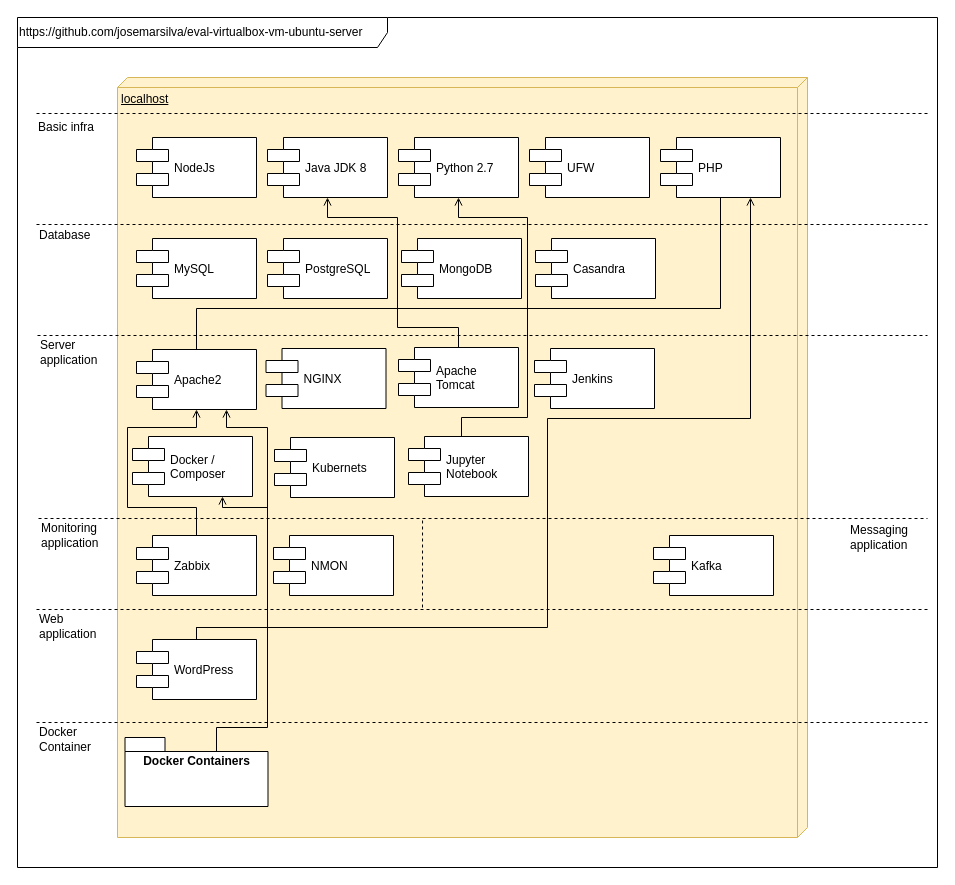
josemarsilva/eval-virtualbox-vm-ubuntu-server keeps this draw.io diagram as doc/images/DeployDiagram - Context - EvalVirtualboxVmUbuntuServer.drawio. Above is the earlier version. Source tidied: cells renumbered, new cells numbered last; positions are measured from the earlier drawing's top-left corner, leaving out a move shared by most shapes. Both pictures are drawn from the tidied source at 100%, with x=0, y=0 at pixel (17, 17).
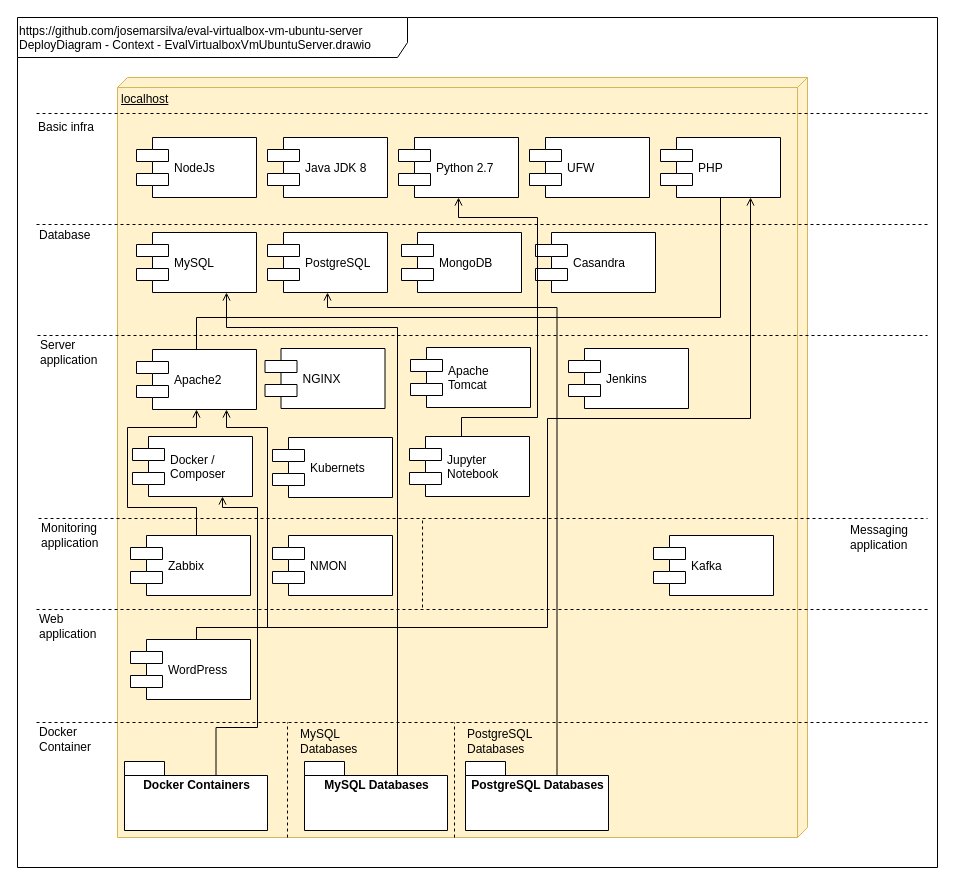
After the change.

The change refers to these unchanged cells:
```xml
<mxCell id="7" value="Java JDK 8" style="shape=component;align=left;spacingLeft=36;" parent="1" vertex="1">
  <mxGeometry x="250" y="120" width="120" height="60" as="geometry" />
</mxCell>
<mxCell id="8" value="Python 2.7" style="shape=component;align=left;spacingLeft=36;" parent="1" vertex="1">
  <mxGeometry x="381" y="120" width="120" height="60" as="geometry" />
</mxCell>
<mxCell id="17" value="Apache2" style="shape=component;align=left;spacingLeft=36;" parent="1" vertex="1">
  <mxGeometry x="119" y="332" width="120" height="60" as="geometry" />
</mxCell>
<mxCell id="20" value="PHP" style="shape=component;align=left;spacingLeft=36;" parent="1" vertex="1">
  <mxGeometry x="643" y="120" width="120" height="60" as="geometry" />
</mxCell>
<mxCell id="30" value="Docker / &#10;Composer" style="shape=component;align=left;spacingLeft=36;" parent="1" vertex="1">
  <mxGeometry x="115" y="419" width="120" height="60" as="geometry" />
</mxCell>
```

Change to the diagram source:
```diff
@@
-    <mxCell id="2" value="&lt;div style=&quot;text-align: left&quot;&gt;&lt;span&gt;https://github.com/josemarsilva/eval-virtualbox-vm-ubuntu-server&lt;/span&gt;&lt;/div&gt;" style="shape=umlFrame;whiteSpace=wrap;html=1;width=370;height=30;align=left;" parent="1" vertex="1">
+    <mxCell id="2" value="&lt;div style=&quot;text-align: left&quot;&gt;&lt;span&gt;https://github.com/josemarsilva/eval-virtualbox-vm-ubuntu-server&lt;/span&gt;&lt;/div&gt;&lt;div style=&quot;text-align: left&quot;&gt;&lt;span&gt;DeployDiagram - Context - EvalVirtualboxVmUbuntuServer.drawio&lt;br&gt;&lt;/span&gt;&lt;/div&gt;" style="shape=umlFrame;whiteSpace=wrap;html=1;width=390;height=40;align=left;verticalAlign=top;" parent="1" vertex="1">
       <mxGeometry width="920" height="850" as="geometry" />
     </mxCell>
@@
     <mxCell id="9" value="MySQL" style="shape=component;align=left;spacingLeft=36;" parent="1" vertex="1">
-      <mxGeometry x="119" y="221" width="120" height="60" as="geometry" />
+      <mxGeometry x="119" y="215" width="120" height="60" as="geometry" />
     </mxCell>
     <mxCell id="10" value="PostgreSQL" style="shape=component;align=left;spacingLeft=36;" parent="1" vertex="1">
-      <mxGeometry x="250" y="221" width="120" height="60" as="geometry" />
+      <mxGeometry x="250" y="215" width="120" height="60" as="geometry" />
     </mxCell>
     <mxCell id="11" value="MongoDB" style="shape=component;align=left;spacingLeft=36;" parent="1" vertex="1">
-      <mxGeometry x="384" y="221" width="120" height="60" as="geometry" />
+      <mxGeometry x="384" y="215" width="120" height="60" as="geometry" />
     </mxCell>
@@
     <mxCell id="13" value="Casandra" style="shape=component;align=left;spacingLeft=36;" parent="1" vertex="1">
-      <mxGeometry x="518" y="221" width="120" height="60" as="geometry" />
+      <mxGeometry x="518" y="215" width="120" height="60" as="geometry" />
     </mxCell>
@@
     <mxCell id="16" style="edgeStyle=orthogonalEdgeStyle;rounded=0;jettySize=auto;html=1;endArrow=none;endFill=0;" parent="1" edge="1" source="17" target="20">
       <mxGeometry relative="1" as="geometry">
         <Array as="points">
-          <mxPoint x="179" y="291" />
-          <mxPoint x="703" y="291" />
+          <mxPoint x="179" y="300" />
+          <mxPoint x="703" y="300" />
         </Array>
       </mxGeometry>
     </mxCell>
@@
     <mxCell id="19" value="NGINX" style="shape=component;align=left;spacingLeft=36;" parent="1" vertex="1">
-      <mxGeometry x="248.5" y="331" width="120" height="60" as="geometry" />
+      <mxGeometry x="247.5" y="331" width="120" height="60" as="geometry" />
     </mxCell>
@@
-    <mxCell id="21" style="edgeStyle=orthogonalEdgeStyle;rounded=0;jettySize=auto;html=1;entryX=0.5;entryY=1;entryDx=0;entryDy=0;endArrow=open;endFill=0;" parent="1" edge="1" source="22" target="7">
-      <mxGeometry relative="1" as="geometry">
-        <Array as="points">
-          <mxPoint x="441" y="310" />
-          <mxPoint x="380" y="310" />
-          <mxPoint x="380" y="200" />
-          <mxPoint x="310" y="200" />
-        </Array>
-      </mxGeometry>
-    </mxCell>
     <mxCell id="22" value="Apache &#10;Tomcat" style="shape=component;align=left;spacingLeft=36;" parent="1" vertex="1">
-      <mxGeometry x="381" y="330" width="120" height="60" as="geometry" />
+      <mxGeometry x="393" y="330" width="120" height="60" as="geometry" />
     </mxCell>
@@
     <mxCell id="24" value="Jenkins" style="shape=component;align=left;spacingLeft=36;" parent="1" vertex="1">
-      <mxGeometry x="517" y="331" width="120" height="60" as="geometry" />
+      <mxGeometry x="551" y="331" width="120" height="60" as="geometry" />
     </mxCell>
@@
     <mxCell id="27" value="Kubernets" style="shape=component;align=left;spacingLeft=36;" parent="1" vertex="1">
-      <mxGeometry x="257" y="420" width="120" height="60" as="geometry" />
+      <mxGeometry x="255" y="420" width="120" height="60" as="geometry" />
     </mxCell>
@@
     <mxCell id="29" value="Zabbix" style="shape=component;align=left;spacingLeft=36;" parent="1" vertex="1">
-      <mxGeometry x="119" y="518" width="120" height="60" as="geometry" />
+      <mxGeometry x="113" y="518" width="120" height="60" as="geometry" />
     </mxCell>
@@
     <mxCell id="31" value="NMON" style="shape=component;align=left;spacingLeft=36;" parent="1" vertex="1">
-      <mxGeometry x="256" y="518" width="120" height="60" as="geometry" />
+      <mxGeometry x="255" y="518" width="120" height="60" as="geometry" />
     </mxCell>
     <mxCell id="32" style="edgeStyle=orthogonalEdgeStyle;rounded=0;jettySize=auto;html=1;endArrow=open;endFill=0;" parent="1" edge="1" source="33" target="8">
       <mxGeometry relative="1" as="geometry">
         <Array as="points">
           <mxPoint x="444" y="400" />
-          <mxPoint x="510" y="400" />
-          <mxPoint x="510" y="200" />
+          <mxPoint x="520" y="400" />
+          <mxPoint x="520" y="200" />
           <mxPoint x="441" y="200" />
         </Array>
       </mxGeometry>
     </mxCell>
     <mxCell id="33" value="Jupyter &#10;Notebook" style="shape=component;align=left;spacingLeft=36;" parent="1" vertex="1">
-      <mxGeometry x="391" y="419" width="120" height="60" as="geometry" />
+      <mxGeometry x="392" y="419" width="120" height="60" as="geometry" />
     </mxCell>
@@
     <mxCell id="41" value="WordPress" style="shape=component;align=left;spacingLeft=36;" parent="1" vertex="1">
-      <mxGeometry x="119" y="622" width="120" height="60" as="geometry" />
+      <mxGeometry x="113" y="622" width="120" height="60" as="geometry" />
     </mxCell>
@@
     <mxCell id="44" style="edgeStyle=orthogonalEdgeStyle;rounded=0;jettySize=auto;html=1;entryX=0.75;entryY=1;entryDx=0;entryDy=0;endArrow=open;endFill=0;exitX=0;exitY=0;exitDx=91.5;exitDy=14;exitPerimeter=0;" parent="1" edge="1" source="45" target="30">
       <mxGeometry relative="1" as="geometry">
         <Array as="points">
           <mxPoint x="199" y="710" />
-          <mxPoint x="250" y="710" />
-          <mxPoint x="250" y="490" />
+          <mxPoint x="240" y="710" />
+          <mxPoint x="240" y="490" />
           <mxPoint x="205" y="490" />
         </Array>
       </mxGeometry>
     </mxCell>
     <mxCell id="45" value="Docker Containers" style="shape=folder;fontStyle=1;spacingTop=10;tabWidth=40;tabHeight=14;tabPosition=left;html=1;verticalAlign=top;" parent="1" vertex="1">
-      <mxGeometry x="107.5" y="720" width="143" height="69" as="geometry" />
+      <mxGeometry x="107" y="744" width="143" height="69" as="geometry" />
     </mxCell>
+    <mxCell id="46" style="endArrow=none;dashed=1;html=1;entryX=0.432;entryY=0.5;entryDx=0;entryDy=0;entryPerimeter=0;" parent="1" edge="1">
+      <mxGeometry relative="1" as="geometry">
+        <mxPoint x="270" y="820" as="sourcePoint" />
+        <mxPoint x="270" y="705" as="targetPoint" />
+      </mxGeometry>
+    </mxCell>
+    <mxCell id="47" value="MySQL&lt;br&gt;Databases&lt;br&gt;" style="text;html=1;align=left;verticalAlign=middle;fillColor=none;strokeColor=none;rounded=0;dashed=1;" parent="1" vertex="1">
+      <mxGeometry x="281" y="709" width="70" height="30" as="geometry" />
+    </mxCell>
+    <mxCell id="48" style="edgeStyle=orthogonalEdgeStyle;rounded=0;jettySize=auto;html=1;entryX=0.75;entryY=1;entryDx=0;entryDy=0;endArrow=open;endFill=0;exitX=0;exitY=0;exitDx=91.5;exitDy=14;exitPerimeter=0;" parent="1" edge="1" source="49" target="9">
+      <mxGeometry relative="1" as="geometry">
+        <Array as="points">
+          <mxPoint x="380" y="758" />
+          <mxPoint x="380" y="310" />
+          <mxPoint x="209" y="310" />
+        </Array>
+      </mxGeometry>
+    </mxCell>
+    <mxCell id="49" value="MySQL Databases" style="shape=folder;fontStyle=1;spacingTop=10;tabWidth=40;tabHeight=14;tabPosition=left;html=1;verticalAlign=top;" parent="1" vertex="1">
+      <mxGeometry x="287" y="744" width="143" height="69" as="geometry" />
+    </mxCell>
+    <mxCell id="50" style="endArrow=none;dashed=1;html=1;entryX=0.432;entryY=0.5;entryDx=0;entryDy=0;entryPerimeter=0;" parent="1" edge="1">
+      <mxGeometry relative="1" as="geometry">
+        <mxPoint x="437" y="820" as="sourcePoint" />
+        <mxPoint x="437" y="705" as="targetPoint" />
+      </mxGeometry>
+    </mxCell>
+    <mxCell id="51" value="PostgreSQL&lt;br&gt;Databases&lt;br&gt;" style="text;html=1;align=left;verticalAlign=middle;fillColor=none;strokeColor=none;rounded=0;dashed=1;" parent="1" vertex="1">
+      <mxGeometry x="448" y="709" width="80" height="30" as="geometry" />
+    </mxCell>
+    <mxCell id="52" value="PostgreSQL Databases" style="shape=folder;fontStyle=1;spacingTop=10;tabWidth=40;tabHeight=14;tabPosition=left;html=1;verticalAlign=top;" parent="1" vertex="1">
+      <mxGeometry x="448" y="744" width="143" height="69" as="geometry" />
+    </mxCell>
+    <mxCell id="53" style="rounded=0;jettySize=auto;html=1;entryX=0.5;entryY=1;entryDx=0;entryDy=0;endArrow=open;endFill=0;exitX=0;exitY=0;exitDx=91.5;exitDy=14;exitPerimeter=0;edgeStyle=orthogonalEdgeStyle;" parent="1" edge="1" source="52" target="10">
+      <mxGeometry relative="1" as="geometry">
+        <Array as="points">
+          <mxPoint x="540" y="290" />
+          <mxPoint x="310" y="290" />
+        </Array>
+      </mxGeometry>
+    </mxCell>
```
